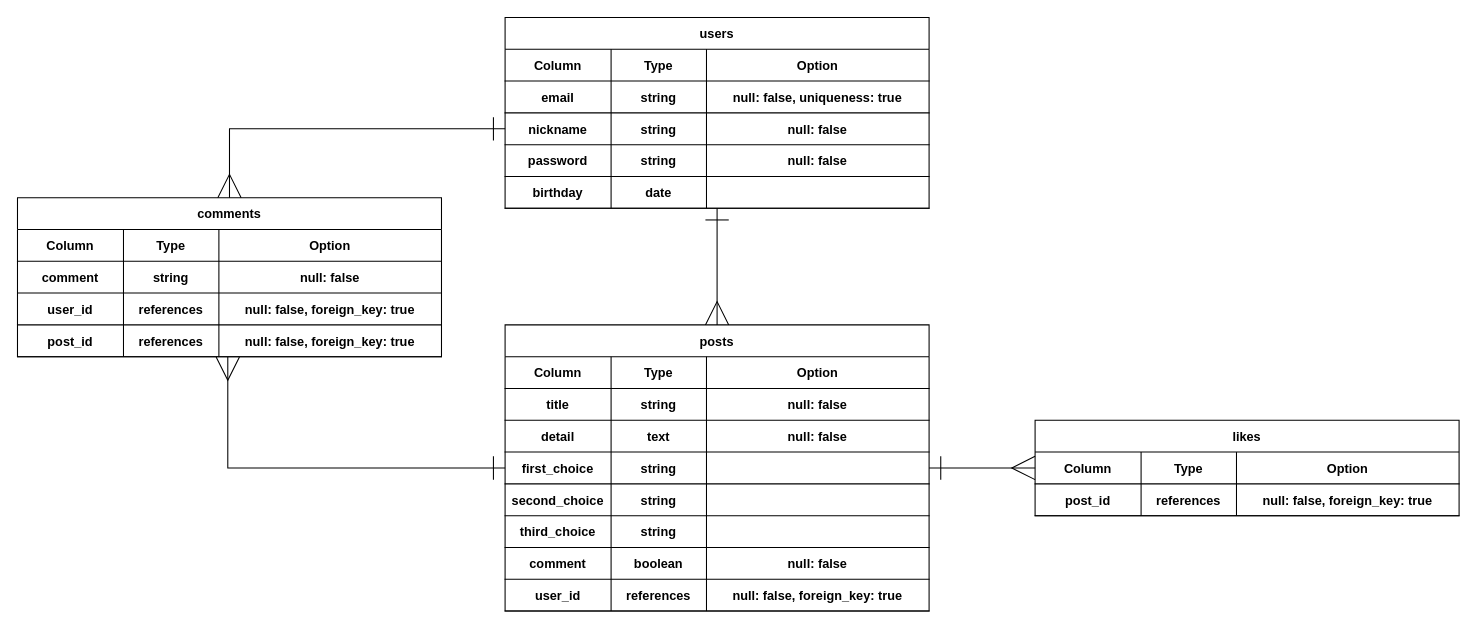
Before: db/ERdaigram.drawio in Tomoaki-git/FUTARIGOTO, a draw.io diagram. Source tidied: cells renumbered, new cells numbered last; positions are measured from the earlier drawing's top-left corner, leaving out a move shared by most shapes. Both pictures are drawn from the tidied source at 106%, with x=0, y=0 at pixel (17, 17).
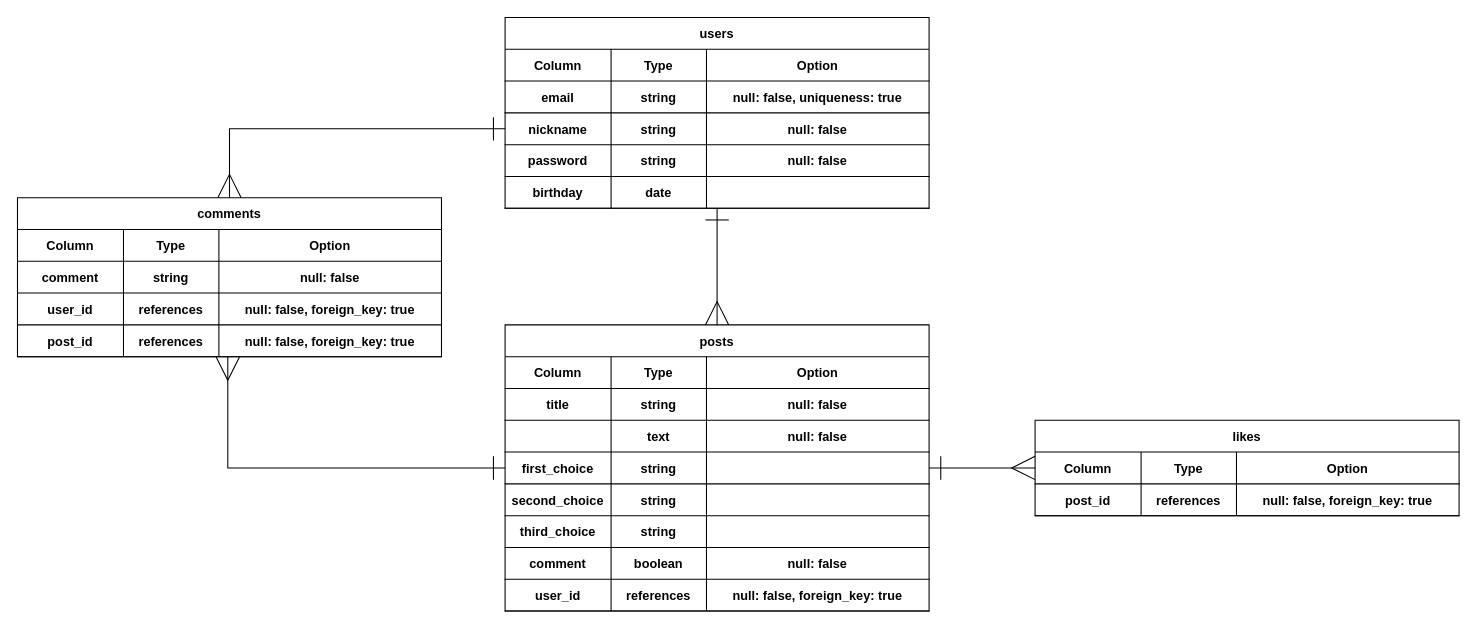
Above is the later version.

The change refers to these unchanged cells:
```xml
<mxCell id="34" style="shape=partialRectangle;fillColor=none;top=0;left=0;bottom=1;right=0;" parent="25" vertex="1">
  <mxGeometry y="90" width="400" height="30" as="geometry" />
</mxCell>
```

The edit, as a diff of the source:
```diff
@@
-    <mxCell id="35" value="detail" style="shape=partialRectangle;fillColor=none;top=0;left=0;bottom=0;right=0;fontStyle=1;overflow=hidden;" parent="34" vertex="1">
+    <mxCell id="35" style="shape=partialRectangle;fillColor=none;top=0;left=0;bottom=0;right=0;fontStyle=1;overflow=hidden;" parent="34" vertex="1">
       <mxGeometry width="100" height="30" as="geometry" />
     </mxCell>
```
